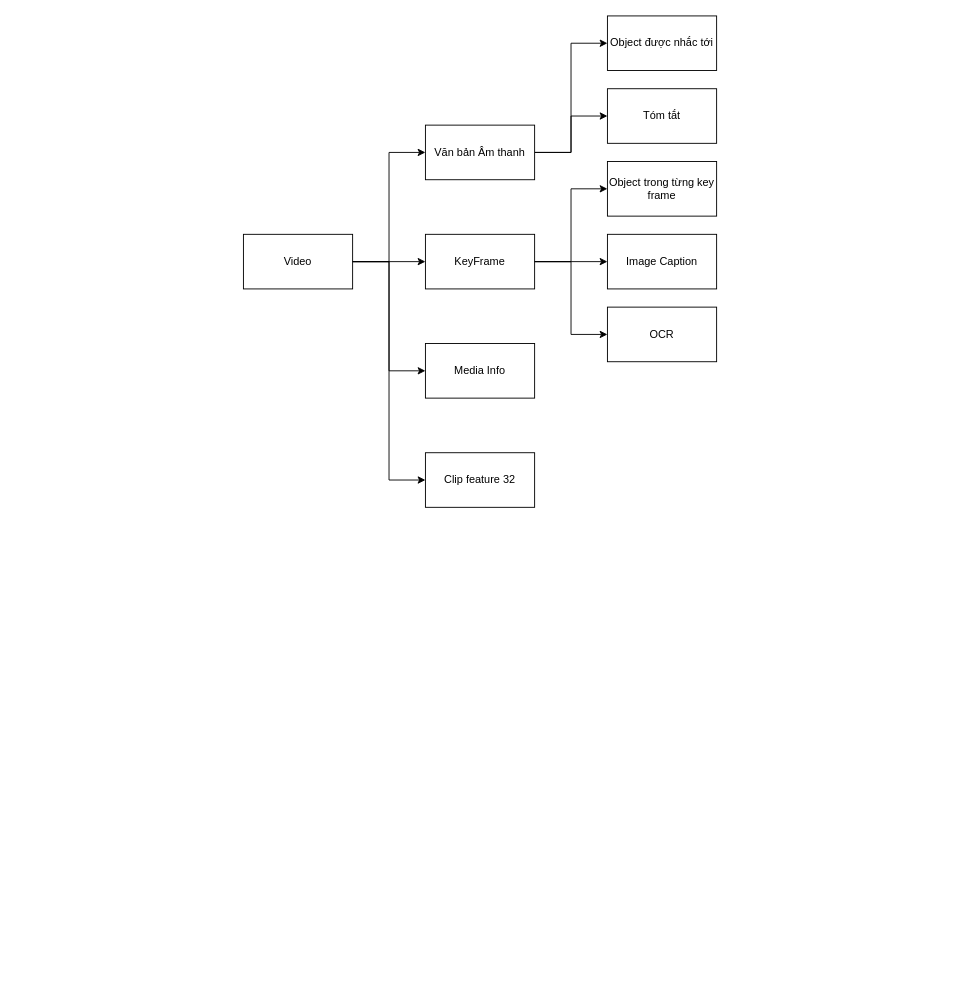
Earlier version of the draw.io diagram page "Page-3" (3 of 3) of Design.drawio (baoloi2002/AIChallenge). Source tidied: cells renumbered, new cells numbered last; positions are measured from the earlier drawing's top-left corner, leaving out a move shared by most shapes. Both pictures are drawn from the tidied source at 91%, with x=0, y=0 at pixel (243, 15).
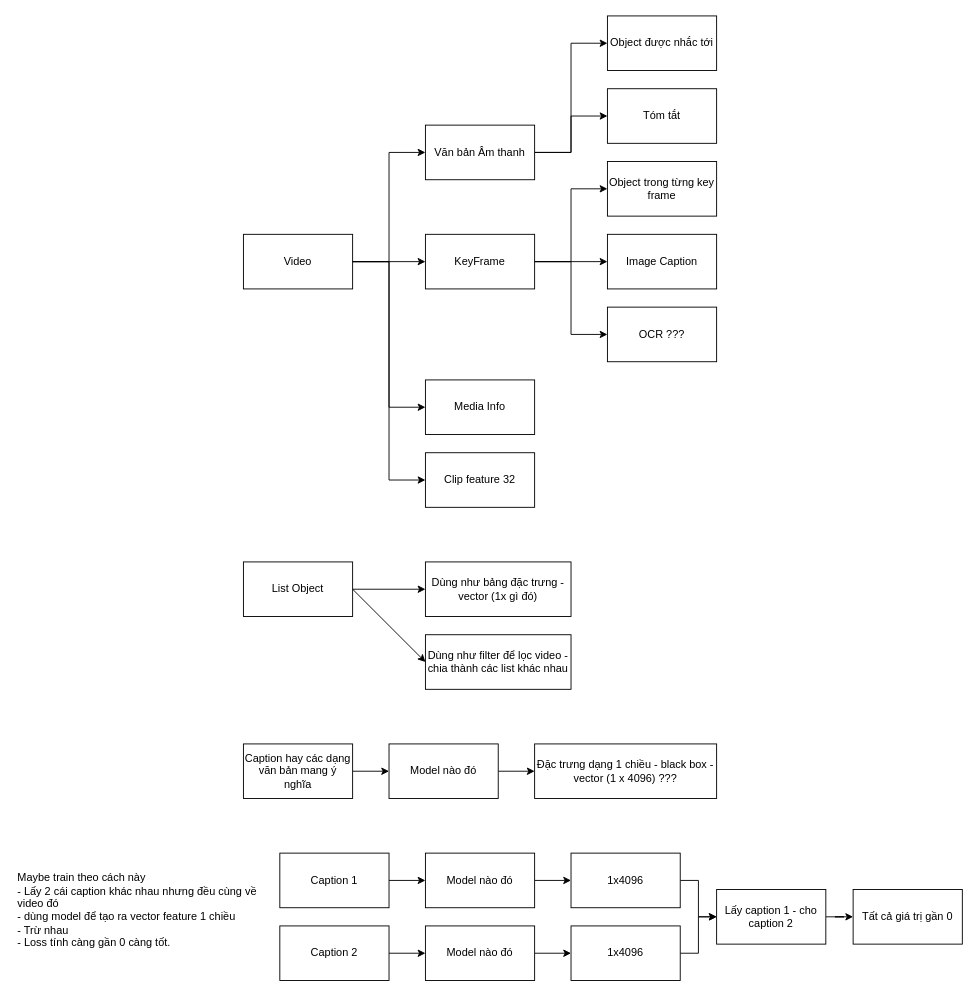
After the change.

What changed in the source:
```diff
@@
     <mxCell id="10" value="Media Info" style="rounded=0;whiteSpace=wrap;html=1;" parent="1" vertex="1">
-      <mxGeometry x="200" y="360" width="120" height="60" as="geometry" />
+      <mxGeometry x="200" y="400" width="120" height="60" as="geometry" />
     </mxCell>
@@
-    <mxCell id="19" value="OCR" style="rounded=0;whiteSpace=wrap;html=1;" parent="1" vertex="1">
+    <mxCell id="19" value="OCR ???" style="rounded=0;whiteSpace=wrap;html=1;" parent="1" vertex="1">
       <mxGeometry x="400" y="320" width="120" height="60" as="geometry" />
     </mxCell>
@@
+    <mxCell id="21" style="edgeStyle=orthogonalEdgeStyle;rounded=0;jettySize=auto;html=1;" parent="1" edge="1" source="22" target="23">
+      <mxGeometry relative="1" as="geometry" />
+    </mxCell>
+    <mxCell id="22" value="List Object" style="rounded=0;whiteSpace=wrap;html=1;" parent="1" vertex="1">
+      <mxGeometry y="600" width="120" height="60" as="geometry" />
+    </mxCell>
+    <mxCell id="23" value="Dùng như bảng đặc trưng - vector (1x gì đó)" style="rounded=0;whiteSpace=wrap;html=1;" parent="1" vertex="1">
+      <mxGeometry x="200" y="600" width="160" height="60" as="geometry" />
+    </mxCell>
+    <mxCell id="24" value="Dùng như filter để lọc video - chia thành các list khác nhau" style="rounded=0;whiteSpace=wrap;html=1;" parent="1" vertex="1">
+      <mxGeometry x="200" y="680" width="160" height="60" as="geometry" />
+    </mxCell>
+    <mxCell id="25" style="endArrow=classic;html=1;rounded=0;exitX=1;exitY=0.5;exitDx=0;exitDy=0;entryX=0;entryY=0.5;entryDx=0;entryDy=0;" parent="1" edge="1" source="22" target="24">
+      <mxGeometry relative="1" as="geometry" />
+    </mxCell>
+    <mxCell id="26" style="edgeStyle=orthogonalEdgeStyle;rounded=0;jettySize=auto;html=1;" parent="1" edge="1" source="27" target="29">
+      <mxGeometry relative="1" as="geometry" />
+    </mxCell>
+    <mxCell id="27" value="Caption hay các dạng văn bản mang ý nghĩa" style="rounded=0;whiteSpace=wrap;html=1;" parent="1" vertex="1">
+      <mxGeometry y="800" width="120" height="60" as="geometry" />
+    </mxCell>
+    <mxCell id="28" style="edgeStyle=orthogonalEdgeStyle;rounded=0;jettySize=auto;html=1;" parent="1" edge="1" source="29" target="30">
+      <mxGeometry relative="1" as="geometry" />
+    </mxCell>
+    <mxCell id="29" value="Model nào đó" style="rounded=0;whiteSpace=wrap;html=1;" parent="1" vertex="1">
+      <mxGeometry x="160" y="800" width="120" height="60" as="geometry" />
+    </mxCell>
+    <mxCell id="30" value="Đặc trưng dạng 1 chiều - black box - vector (1 x 4096) ???" style="rounded=0;whiteSpace=wrap;html=1;" parent="1" vertex="1">
+      <mxGeometry x="320" y="800" width="200" height="60" as="geometry" />
+    </mxCell>
+    <mxCell id="31" style="edgeStyle=orthogonalEdgeStyle;rounded=0;jettySize=auto;html=1;" parent="1" edge="1" source="32" target="36">
+      <mxGeometry relative="1" as="geometry" />
+    </mxCell>
+    <mxCell id="32" value="Caption 1" style="rounded=0;whiteSpace=wrap;html=1;" parent="1" vertex="1">
+      <mxGeometry x="40" y="920" width="120" height="60" as="geometry" />
+    </mxCell>
+    <mxCell id="33" style="edgeStyle=orthogonalEdgeStyle;rounded=0;jettySize=auto;html=1;" parent="1" edge="1" source="34" target="38">
+      <mxGeometry relative="1" as="geometry" />
+    </mxCell>
+    <mxCell id="34" value="Caption 2" style="rounded=0;whiteSpace=wrap;html=1;" parent="1" vertex="1">
+      <mxGeometry x="40" y="1000" width="120" height="60" as="geometry" />
+    </mxCell>
+    <mxCell id="35" style="edgeStyle=orthogonalEdgeStyle;rounded=0;jettySize=auto;html=1;" parent="1" edge="1" source="36" target="40">
+      <mxGeometry relative="1" as="geometry" />
+    </mxCell>
+    <mxCell id="36" value="Model nào đó" style="rounded=0;whiteSpace=wrap;html=1;" parent="1" vertex="1">
+      <mxGeometry x="200" y="920" width="120" height="60" as="geometry" />
+    </mxCell>
+    <mxCell id="37" style="edgeStyle=orthogonalEdgeStyle;rounded=0;jettySize=auto;html=1;" parent="1" edge="1" source="38" target="42">
+      <mxGeometry relative="1" as="geometry" />
+    </mxCell>
+    <mxCell id="38" value="Model nào đó" style="rounded=0;whiteSpace=wrap;html=1;" parent="1" vertex="1">
+      <mxGeometry x="200" y="1000" width="120" height="60" as="geometry" />
+    </mxCell>
+    <mxCell id="39" style="edgeStyle=orthogonalEdgeStyle;rounded=0;jettySize=auto;html=1;" parent="1" edge="1" source="40" target="45">
+      <mxGeometry relative="1" as="geometry" />
+    </mxCell>
+    <mxCell id="40" value="1x4096" style="rounded=0;whiteSpace=wrap;html=1;" parent="1" vertex="1">
+      <mxGeometry x="360" y="920" width="120" height="60" as="geometry" />
+    </mxCell>
+    <mxCell id="41" style="edgeStyle=orthogonalEdgeStyle;rounded=0;jettySize=auto;html=1;" parent="1" edge="1" source="42" target="45">
+      <mxGeometry relative="1" as="geometry" />
+    </mxCell>
+    <mxCell id="42" value="1x4096" style="rounded=0;whiteSpace=wrap;html=1;" parent="1" vertex="1">
+      <mxGeometry x="360" y="1000" width="120" height="60" as="geometry" />
+    </mxCell>
+    <mxCell id="43" value="Maybe train theo cách này&lt;br&gt;- Lấy 2 cái caption khác nhau nhưng đều cùng về video đó&lt;br&gt;- dùng model để tạo ra vector feature 1 chiều&lt;div&gt;- Trừ nhau&amp;nbsp;&lt;/div&gt;&lt;div&gt;- Loss tính càng gần 0 càng tốt.&lt;/div&gt;&lt;div&gt;&lt;br&gt;&lt;/div&gt;" style="text;html=1;align=left;verticalAlign=middle;whiteSpace=wrap;rounded=0;" parent="1" vertex="1">
+      <mxGeometry x="-250" y="920" width="270" height="140" as="geometry" />
+    </mxCell>
+    <mxCell id="44" style="edgeStyle=orthogonalEdgeStyle;rounded=0;jettySize=auto;html=1;" parent="1" edge="1" source="45" target="46">
+      <mxGeometry relative="1" as="geometry" />
+    </mxCell>
+    <mxCell id="45" value="Lấy caption 1 - cho caption 2" style="rounded=0;whiteSpace=wrap;html=1;" parent="1" vertex="1">
+      <mxGeometry x="520" y="960" width="120" height="60" as="geometry" />
+    </mxCell>
+    <mxCell id="46" value="Tất cả giá trị gần 0" style="rounded=0;whiteSpace=wrap;html=1;" parent="1" vertex="1">
+      <mxGeometry x="670" y="960" width="120" height="60" as="geometry" />
+    </mxCell>
```
